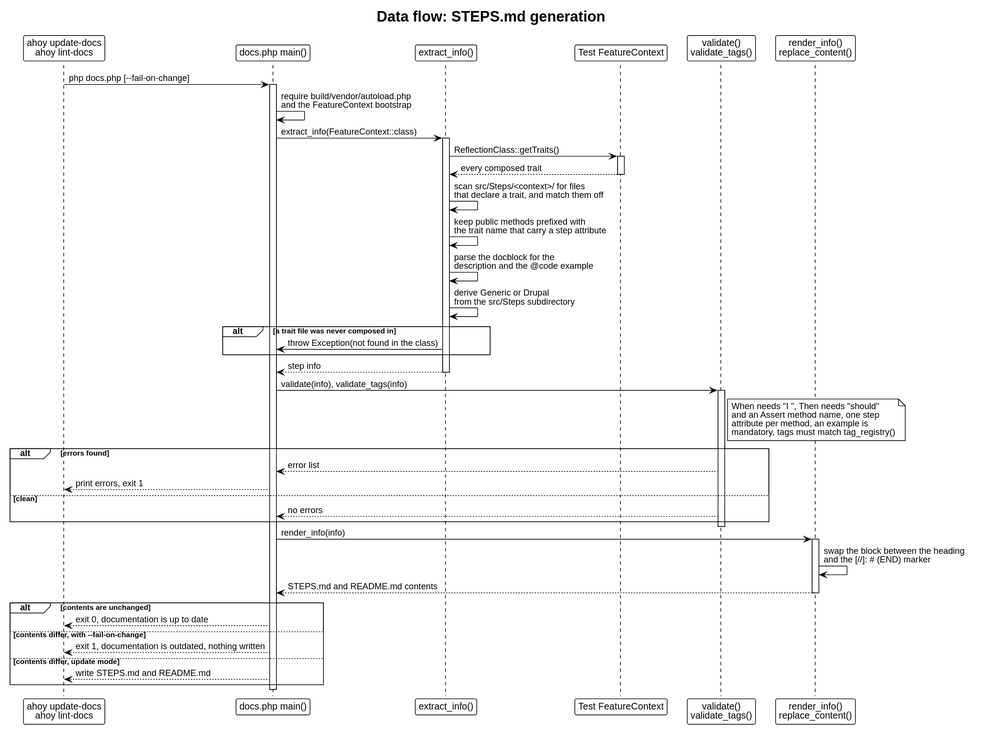
The PlantUML diagram docs/architecture/dataflow-docs.svg in drevops/behat-steps, before a commit.
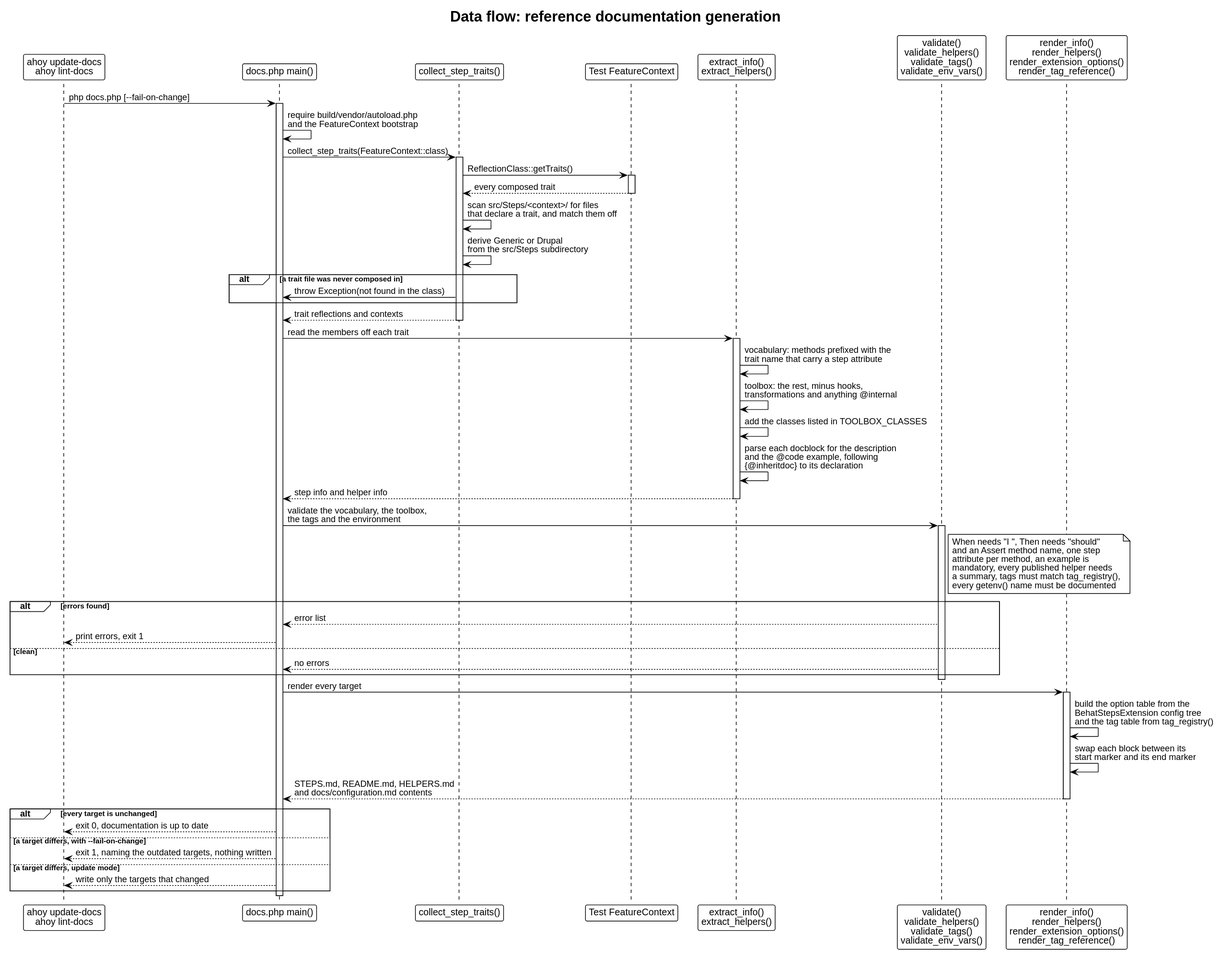
The same diagram one commit later.

Commit message:
[#784] Re-traced the documentation data flow against the reference generator.

Change to the diagram source:
```diff
@@ -3,43 +3,53 @@
 skinparam backgroundColor white
 skinparam defaultFontName Helvetica
 skinparam shadowing false
-title Data flow: STEPS.md generation
+title Data flow: reference documentation generation
 
 participant "ahoy update-docs\nahoy lint-docs" as Dev
 participant "docs.php main()" as Main
-participant "extract_info()" as Extract
+participant "collect_step_traits()" as Collect
 participant "Test FeatureContext" as Ctx
-participant "validate()\nvalidate_tags()" as Validate
-participant "render_info()\nreplace_content()" as Render
+participant "extract_info()\nextract_helpers()" as Extract
+participant "validate()\nvalidate_helpers()\nvalidate_tags()\nvalidate_env_vars()" as Validate
+participant "render_info()\nrender_helpers()\nrender_extension_options()\nrender_tag_reference()" as Render
 
 Dev -> Main: php docs.php [~--fail-on-change]
 activate Main
 Main -> Main: require build/vendor/autoload.php\nand the FeatureContext bootstrap
 
-Main -> Extract: extract_info(FeatureContext::class)
-activate Extract
-Extract -> Ctx: ReflectionClass::getTraits()
+Main -> Collect: collect_step_traits(FeatureContext::class)
+activate Collect
+Collect -> Ctx: ReflectionClass::getTraits()
 activate Ctx
-Ctx --> Extract: every composed trait
+Ctx --> Collect: every composed trait
 deactivate Ctx
-Extract -> Extract: scan src/Steps/<context>/ for files\nthat declare a trait, and match them off
-Extract -> Extract: keep public methods prefixed with\nthe trait name that carry a step attribute
-Extract -> Extract: parse the docblock for the\ndescription and the @code example
-Extract -> Extract: derive Generic or Drupal\nfrom the src/Steps subdirectory
+Collect -> Collect: scan src/Steps/<context>/ for files\nthat declare a trait, and match them off
+Collect -> Collect: derive Generic or Drupal\nfrom the src/Steps subdirectory
 
 alt a trait file was never composed in
-  Extract -> Main: throw Exception(not found in the class)
+  Collect -> Main: throw Exception(not found in the class)
 end
-Extract --> Main: step info
+Collect --> Main: trait reflections and contexts
+deactivate Collect
+
+Main -> Extract: read the members off each trait
+activate Extract
+Extract -> Extract: vocabulary: methods prefixed with the\ntrait name that carry a step attribute
+Extract -> Extract: toolbox: the rest, minus hooks,\ntransformations and anything @internal
+Extract -> Extract: add the classes listed in TOOLBOX_CLASSES
+Extract -> Extract: parse each docblock for the description\nand the @code example, following\n{@inheritdoc} to its declaration
+Extract --> Main: step info and helper info
 deactivate Extract
 
-Main -> Validate: validate(info), validate_tags(info)
+Main -> Validate: validate the vocabulary, the toolbox,\nthe tags and the environment
 activate Validate
 note right of Validate
   When needs "I ", Then needs "should"
   and an Assert method name, one step
   attribute per method, an example is
-  mandatory, tags must match tag_registry()
+  mandatory, every published helper needs
+  a summary, tags must match tag_registry(),
+  every getenv() name must be documented
 end note
 alt errors found
   Validate --> Main: error list
@@ -49,18 +59,19 @@
 end
 deactivate Validate
 
-Main -> Render: render_info(info)
+Main -> Render: render every target
 activate Render
-Render -> Render: swap the block between the heading\nand the [//]: # (END) marker
-Render --> Main: STEPS.md and README.md contents
+Render -> Render: build the option table from the\nBehatStepsExtension config tree\nand the tag table from tag_registry()
+Render -> Render: swap each block between its\nstart marker and its end marker
+Render --> Main: STEPS.md, README.md, HELPERS.md\nand docs/configuration.md contents
 deactivate Render
 
-alt contents are unchanged
+alt every target is unchanged
   Main --> Dev: exit 0, documentation is up to date
-else contents differ, with ~--fail-on-change
-  Main --> Dev: exit 1, documentation is outdated, nothing written
-else contents differ, update mode
-  Main --> Dev: write STEPS.md and README.md
+else a target differs, with ~--fail-on-change
+  Main --> Dev: exit 1, naming the outdated targets, nothing written
+else a target differs, update mode
+  Main --> Dev: write only the targets that changed
 end
 deactivate Main
 @enduml
```
